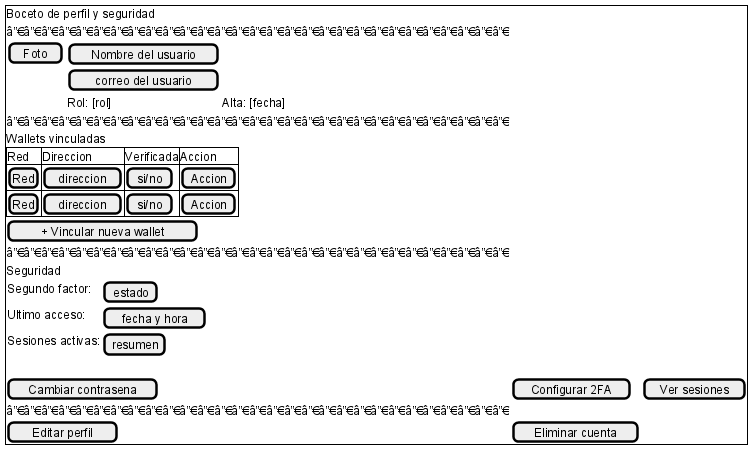
Before: anexos/diagramas/ui-profile.png, a diagram exported from PlantUML (ErDeivih/DocumentChain). Its diagram source:
```plantuml
@startsalt
{+
  Boceto de perfil y seguridad
  â”€â”€â”€â”€â”€â”€â”€â”€â”€â”€â”€â”€â”€â”€â”€â”€â”€â”€â”€â”€â”€â”€â”€â”€â”€â”€â”€â”€â”€
  {
    [ Foto ] |
    {
      [Nombre del usuario]
      [correo del usuario]
      Rol: [rol] | Alta: [fecha]
    }
  }
  â”€â”€â”€â”€â”€â”€â”€â”€â”€â”€â”€â”€â”€â”€â”€â”€â”€â”€â”€â”€â”€â”€â”€â”€â”€â”€â”€â”€â”€
  Wallets vinculadas
  {#
    Red | Direccion | Verificada | Accion
    [Red] | [direccion] | [si/no] | [Accion]
    [Red] | [direccion] | [si/no] | [Accion]
  }
  [+ Vincular nueva wallet]
  â”€â”€â”€â”€â”€â”€â”€â”€â”€â”€â”€â”€â”€â”€â”€â”€â”€â”€â”€â”€â”€â”€â”€â”€â”€â”€â”€â”€â”€
  Seguridad
  {
    Segundo factor: | [estado]
    Ultimo acceso: | [fecha y hora]
    Sesiones activas: | [resumen]
  }
  .
  [Cambiar contrasena] | [Configurar 2FA] | [Ver sesiones]
  â”€â”€â”€â”€â”€â”€â”€â”€â”€â”€â”€â”€â”€â”€â”€â”€â”€â”€â”€â”€â”€â”€â”€â”€â”€â”€â”€â”€â”€
  [Editar perfil] | [Eliminar cuenta]
}
@endsalt
```
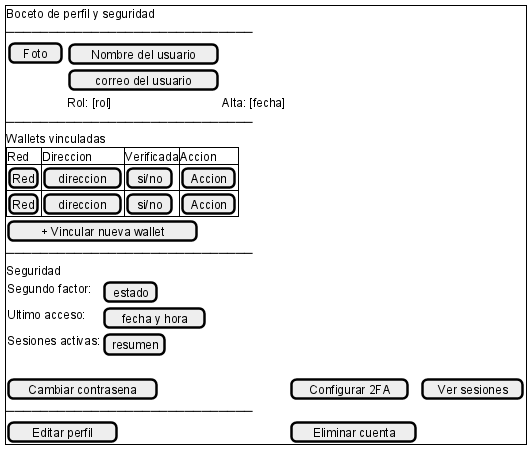
After the change.

What changed in the source:
```diff
@@ -1,7 +1,7 @@
 @startsalt
 {+
   Boceto de perfil y seguridad
-  â”€â”€â”€â”€â”€â”€â”€â”€â”€â”€â”€â”€â”€â”€â”€â”€â”€â”€â”€â”€â”€â”€â”€â”€â”€â”€â”€â”€â”€
+  ─────────────────────────────
   {
     [ Foto ] |
     {
@@ -10,7 +10,7 @@
       Rol: [rol] | Alta: [fecha]
     }
   }
-  â”€â”€â”€â”€â”€â”€â”€â”€â”€â”€â”€â”€â”€â”€â”€â”€â”€â”€â”€â”€â”€â”€â”€â”€â”€â”€â”€â”€â”€
+  ─────────────────────────────
   Wallets vinculadas
   {#
     Red | Direccion | Verificada | Accion
@@ -18,7 +18,7 @@
     [Red] | [direccion] | [si/no] | [Accion]
   }
   [+ Vincular nueva wallet]
-  â”€â”€â”€â”€â”€â”€â”€â”€â”€â”€â”€â”€â”€â”€â”€â”€â”€â”€â”€â”€â”€â”€â”€â”€â”€â”€â”€â”€â”€
+  ─────────────────────────────
   Seguridad
   {
     Segundo factor: | [estado]
@@ -27,7 +27,7 @@
   }
   .
   [Cambiar contrasena] | [Configurar 2FA] | [Ver sesiones]
-  â”€â”€â”€â”€â”€â”€â”€â”€â”€â”€â”€â”€â”€â”€â”€â”€â”€â”€â”€â”€â”€â”€â”€â”€â”€â”€â”€â”€â”€
+  ─────────────────────────────
   [Editar perfil] | [Eliminar cuenta]
 }
 @endsalt
```
